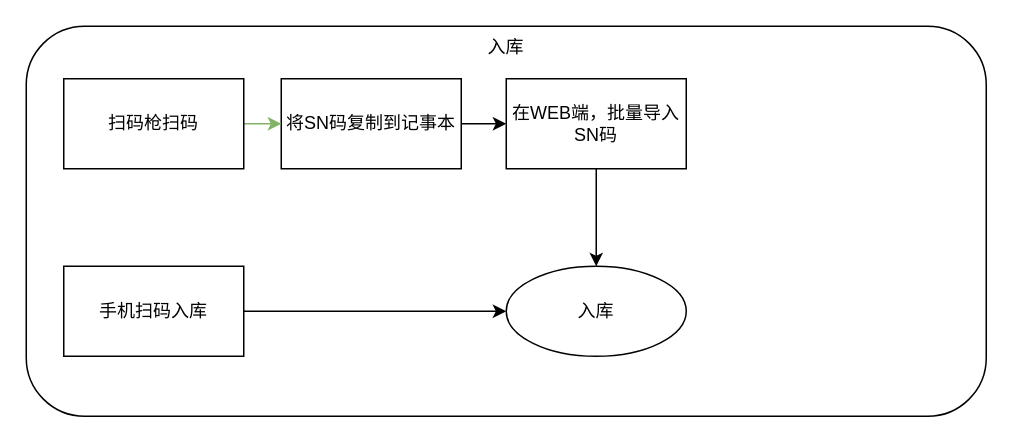
Earlier version of the draw.io diagram b1.drawio (jiutianfeiwu/tmp). Source tidied: cells renumbered, new cells numbered last; positions are measured from the earlier drawing's top-left corner, leaving out a move shared by most shapes. Both pictures are drawn from the tidied source at 150%, with x=0, y=0 at pixel (26, 26).
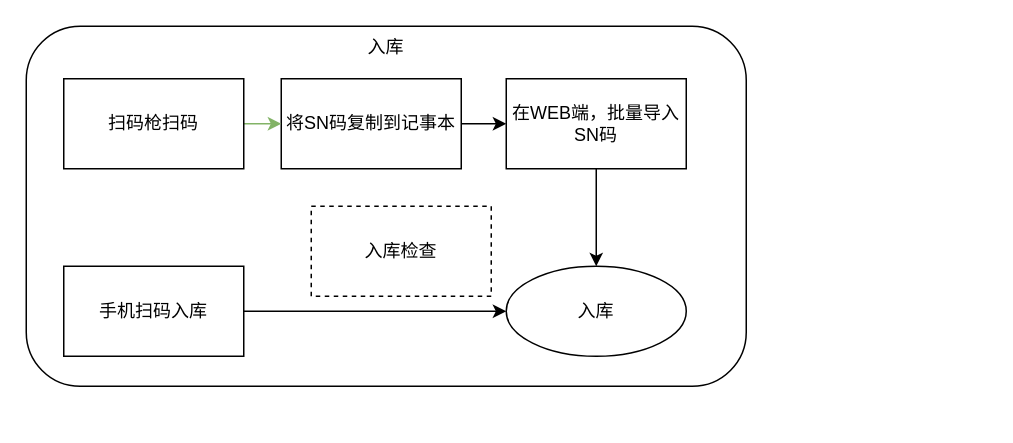
Above is the later version.

The edit, as a diff of the source:
```diff
@@
 <mxGraphModel>
   <root>
     <mxCell id="0" />
     <mxCell id="1" parent="0" />
     <mxCell id="2" value="入库" style="rounded=1;whiteSpace=wrap;html=1;verticalAlign=top;" parent="1" vertex="1">
-      <mxGeometry width="640" height="260" as="geometry" />
+      <mxGeometry width="480" height="240" as="geometry" />
     </mxCell>
     <mxCell id="3" style="edgeStyle=orthogonalEdgeStyle;rounded=0;jettySize=auto;html=1;" parent="1" edge="1" source="4" target="8">
       <mxGeometry relative="1" as="geometry" />
     </mxCell>
     <mxCell id="4" value="将SN码复制到记事本" style="whiteSpace=wrap;html=1;rounded=0;" parent="1" vertex="1">
       <mxGeometry x="170" y="35" width="120" height="60" as="geometry" />
     </mxCell>
     <mxCell id="5" style="edgeStyle=orthogonalEdgeStyle;rounded=0;jettySize=auto;html=1;fillColor=#d5e8d4;strokeColor=#82b366;" parent="1" edge="1" source="6" target="4">
       <mxGeometry relative="1" as="geometry" />
     </mxCell>
     <mxCell id="6" value="扫码枪扫码" style="whiteSpace=wrap;html=1;rounded=0;" parent="1" vertex="1">
       <mxGeometry x="25" y="35" width="120" height="60" as="geometry" />
     </mxCell>
     <mxCell id="7" style="edgeStyle=orthogonalEdgeStyle;rounded=0;jettySize=auto;html=1;" parent="1" edge="1" source="8" target="9">
       <mxGeometry relative="1" as="geometry" />
     </mxCell>
     <mxCell id="8" value="在WEB端，批量导入SN码" style="whiteSpace=wrap;html=1;rounded=0;" parent="1" vertex="1">
       <mxGeometry x="320" y="35" width="120" height="60" as="geometry" />
     </mxCell>
     <mxCell id="9" value="入库" style="ellipse;whiteSpace=wrap;html=1;rounded=0;" parent="1" vertex="1">
       <mxGeometry x="320" y="160" width="120" height="60" as="geometry" />
     </mxCell>
     <mxCell id="10" value="手机扫码入库" style="whiteSpace=wrap;html=1;rounded=0;" parent="1" vertex="1">
       <mxGeometry x="25" y="160" width="120" height="60" as="geometry" />
     </mxCell>
     <mxCell id="11" style="endArrow=classic;html=1;rounded=0;exitX=1;exitY=0.5;exitDx=0;exitDy=0;entryX=0;entryY=0.5;entryDx=0;entryDy=0;" parent="1" edge="1" source="10" target="9">
       <mxGeometry relative="1" as="geometry" />
     </mxCell>
+    <mxCell id="12" value="入库检查" style="rounded=0;whiteSpace=wrap;html=1;dashed=1;" parent="1" vertex="1">
+      <mxGeometry x="190" y="120" width="120" height="60" as="geometry" />
+    </mxCell>
   </root>
 </mxGraphModel>
```
